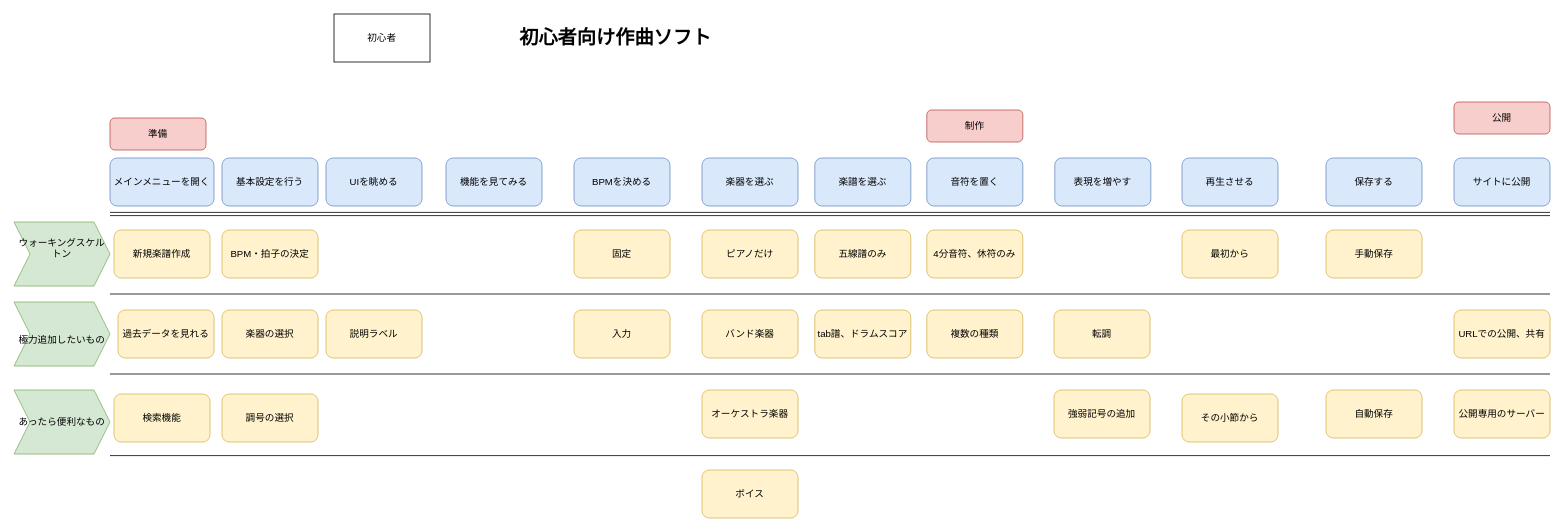
Above: docs/storymap.drawio in FE0930/Composition (draw.io), before the change. Source tidied: cells renumbered, new cells numbered last; positions are measured from the earlier drawing's top-left corner, leaving out a move shared by most shapes. Both pictures are drawn from the tidied source at 80%, with x=0, y=0 at pixel (14, 14).
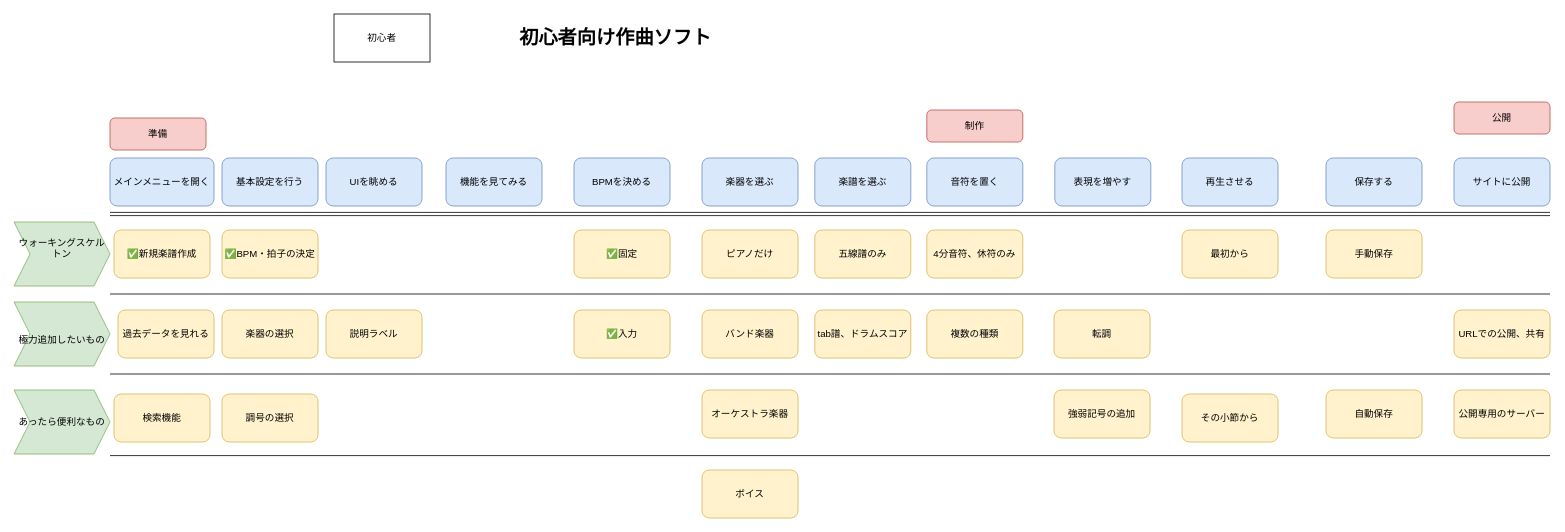
Above is the later version.

What changed in the source:
```diff
@@
-    <mxCell id="15" value="固定" style="rounded=1;whiteSpace=wrap;html=1;roundedPerimeter=1;fillColor=#fff2cc;strokeColor=#d6b656;" parent="1" vertex="1">
+    <mxCell id="15" value="✅固定" style="rounded=1;whiteSpace=wrap;html=1;roundedPerimeter=1;fillColor=#fff2cc;strokeColor=#d6b656;" parent="1" vertex="1">
       <mxGeometry x="700" y="270" width="120" height="60" as="geometry" />
     </mxCell>
@@
-    <mxCell id="20" value="入力" style="rounded=1;whiteSpace=wrap;html=1;roundedPerimeter=1;fillColor=#fff2cc;strokeColor=#d6b656;" parent="1" vertex="1">
+    <mxCell id="20" value="✅入力" style="rounded=1;whiteSpace=wrap;html=1;roundedPerimeter=1;fillColor=#fff2cc;strokeColor=#d6b656;" parent="1" vertex="1">
       <mxGeometry x="700" y="370" width="120" height="60" as="geometry" />
     </mxCell>
@@
-    <mxCell id="45" value="新規楽譜作成" style="rounded=1;whiteSpace=wrap;html=1;roundedPerimeter=1;fillColor=#fff2cc;strokeColor=#d6b656;" parent="1" vertex="1">
+    <mxCell id="45" value="✅新規楽譜作成" style="rounded=1;whiteSpace=wrap;html=1;roundedPerimeter=1;fillColor=#fff2cc;strokeColor=#d6b656;" parent="1" vertex="1">
       <mxGeometry x="125" y="270" width="120" height="60" as="geometry" />
     </mxCell>
@@
-    <mxCell id="48" value="BPM・拍子の決定" style="rounded=1;whiteSpace=wrap;html=1;roundedPerimeter=1;fillColor=#fff2cc;strokeColor=#d6b656;" parent="1" vertex="1">
+    <mxCell id="48" value="✅BPM・拍子の決定" style="rounded=1;whiteSpace=wrap;html=1;roundedPerimeter=1;fillColor=#fff2cc;strokeColor=#d6b656;" parent="1" vertex="1">
       <mxGeometry x="260" y="270" width="120" height="60" as="geometry" />
     </mxCell>
```
